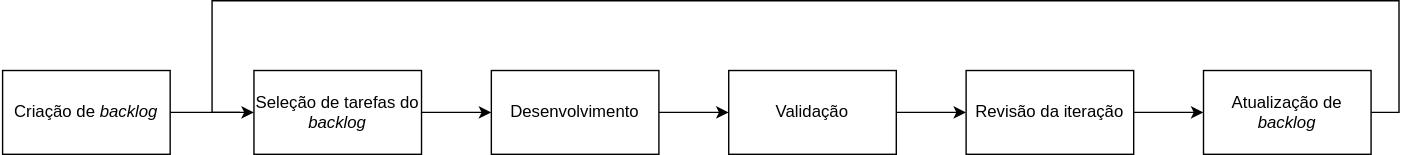
This is docs/images/iteration_model.drawio.svg from gscolombo/YandeHUB, a draw.io export, as it was before one commit. Source tidied: cells renumbered, new cells last; positions are measured from the earlier drawing's top-left corner, leaving out a move shared by most shapes. Its diagram source:
```xml
<mxGraphModel>
  <root>
    <mxCell id="0" />
    <mxCell id="1" parent="0" />
    <mxCell id="2" style="edgeStyle=orthogonalEdgeStyle;rounded=0;jettySize=auto;html=1;entryX=0;entryY=0.5;entryDx=0;entryDy=0;" parent="1" edge="1" source="3" target="5">
      <mxGeometry relative="1" as="geometry" />
    </mxCell>
    <mxCell id="3" value="Seleção de tarefas do &lt;i&gt;backlog&lt;/i&gt;" style="rounded=0;whiteSpace=wrap;html=1;" parent="1" vertex="1">
      <mxGeometry x="180" y="50" width="120" height="60" as="geometry" />
    </mxCell>
    <mxCell id="4" style="edgeStyle=orthogonalEdgeStyle;rounded=0;jettySize=auto;html=1;" parent="1" edge="1" source="5" target="7">
      <mxGeometry relative="1" as="geometry" />
    </mxCell>
    <mxCell id="5" value="Desenvolvimento" style="rounded=0;whiteSpace=wrap;html=1;" parent="1" vertex="1">
      <mxGeometry x="350" y="50" width="120" height="60" as="geometry" />
    </mxCell>
    <mxCell id="6" style="edgeStyle=orthogonalEdgeStyle;rounded=0;jettySize=auto;html=1;" parent="1" edge="1" source="7" target="9">
      <mxGeometry relative="1" as="geometry" />
    </mxCell>
    <mxCell id="7" value="Validação" style="whiteSpace=wrap;html=1;rounded=0;" parent="1" vertex="1">
      <mxGeometry x="520" y="50" width="120" height="60" as="geometry" />
    </mxCell>
    <mxCell id="8" style="edgeStyle=orthogonalEdgeStyle;rounded=0;jettySize=auto;html=1;" parent="1" edge="1" source="9" target="13">
      <mxGeometry relative="1" as="geometry" />
    </mxCell>
    <mxCell id="9" value="Revisão da iteração" style="whiteSpace=wrap;html=1;rounded=0;" parent="1" vertex="1">
      <mxGeometry x="690" y="50" width="120" height="60" as="geometry" />
    </mxCell>
    <mxCell id="10" style="edgeStyle=orthogonalEdgeStyle;rounded=0;jettySize=auto;html=1;entryX=0;entryY=0.5;entryDx=0;entryDy=0;" parent="1" edge="1" source="11" target="3">
      <mxGeometry relative="1" as="geometry" />
    </mxCell>
    <mxCell id="11" value="Criação de &lt;i&gt;backlog&lt;/i&gt;" style="whiteSpace=wrap;html=1;" parent="1" vertex="1">
      <mxGeometry y="50" width="120" height="60" as="geometry" />
    </mxCell>
    <mxCell id="12" style="edgeStyle=orthogonalEdgeStyle;rounded=0;jettySize=auto;html=1;entryX=0;entryY=0.5;entryDx=0;entryDy=0;endArrow=none;startFill=0;exitX=1;exitY=0.5;exitDx=0;exitDy=0;" parent="1" edge="1" source="13">
      <mxGeometry relative="1" as="geometry">
        <mxPoint x="170" y="80" as="targetPoint" />
        <Array as="points">
          <mxPoint x="1000" y="80" />
          <mxPoint x="1000" />
          <mxPoint x="150" />
          <mxPoint x="150" y="80" />
        </Array>
      </mxGeometry>
    </mxCell>
    <mxCell id="13" value="Atualização de &lt;i&gt;backlog&lt;/i&gt;" style="whiteSpace=wrap;html=1;rounded=0;" parent="1" vertex="1">
      <mxGeometry x="860" y="50" width="120" height="60" as="geometry" />
    </mxCell>
  </root>
</mxGraphModel>
```
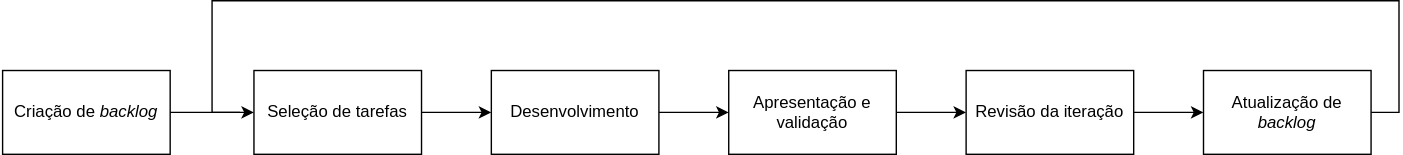
After the commit.

Diff of the diagram source:
```diff
@@ -5,7 +5,7 @@
     <mxCell id="2" style="edgeStyle=orthogonalEdgeStyle;rounded=0;jettySize=auto;html=1;entryX=0;entryY=0.5;entryDx=0;entryDy=0;" parent="1" edge="1" source="3" target="5">
       <mxGeometry relative="1" as="geometry" />
     </mxCell>
-    <mxCell id="3" value="Seleção de tarefas do &lt;i&gt;backlog&lt;/i&gt;" style="rounded=0;whiteSpace=wrap;html=1;" parent="1" vertex="1">
+    <mxCell id="3" value="Seleção de tarefas" style="rounded=0;whiteSpace=wrap;html=1;" parent="1" vertex="1">
       <mxGeometry x="180" y="50" width="120" height="60" as="geometry" />
     </mxCell>
     <mxCell id="4" style="edgeStyle=orthogonalEdgeStyle;rounded=0;jettySize=auto;html=1;" parent="1" edge="1" source="5" target="7">
@@ -17,7 +17,7 @@
     <mxCell id="6" style="edgeStyle=orthogonalEdgeStyle;rounded=0;jettySize=auto;html=1;" parent="1" edge="1" source="7" target="9">
       <mxGeometry relative="1" as="geometry" />
     </mxCell>
-    <mxCell id="7" value="Validação" style="whiteSpace=wrap;html=1;rounded=0;" parent="1" vertex="1">
+    <mxCell id="7" value="Apresentação e validação" style="whiteSpace=wrap;html=1;rounded=0;" parent="1" vertex="1">
       <mxGeometry x="520" y="50" width="120" height="60" as="geometry" />
     </mxCell>
     <mxCell id="8" style="edgeStyle=orthogonalEdgeStyle;rounded=0;jettySize=auto;html=1;" parent="1" edge="1" source="9" target="13">
```
